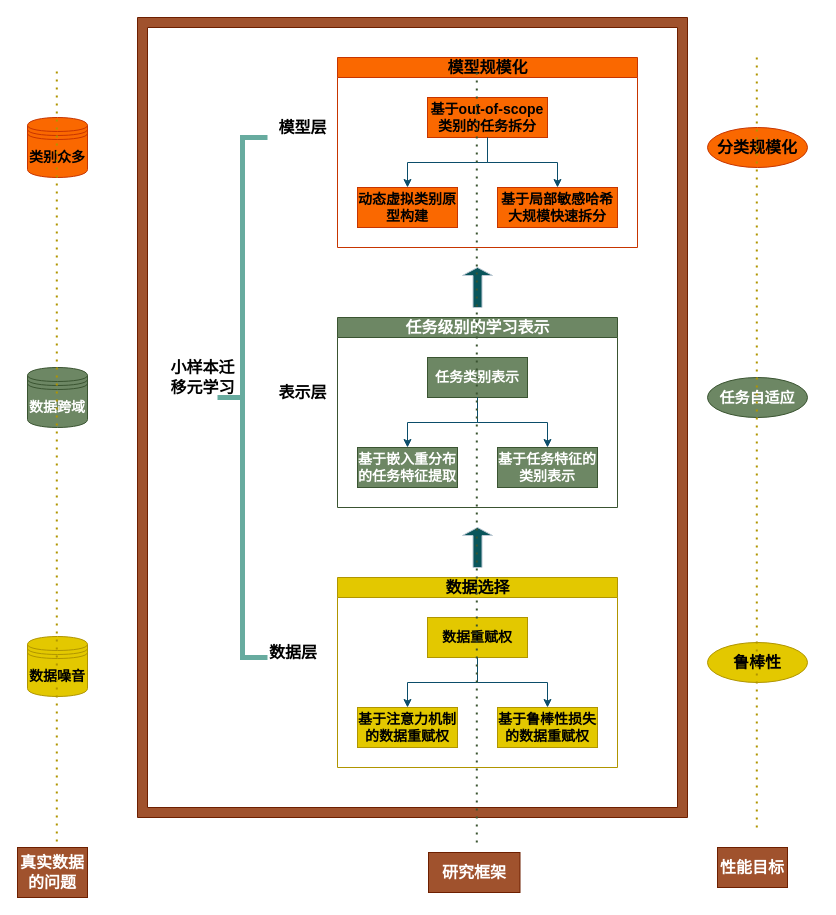
Earlier version of the draw.io diagram Realistic Few Shot Learning.drawio (ilovetomato/datasharing). Source tidied: cells renumbered, new cells numbered last; positions are measured from the earlier drawing's top-left corner, leaving out a move shared by most shapes. Both pictures are drawn from the tidied source at 100%, with x=0, y=0 at pixel (17, 17).
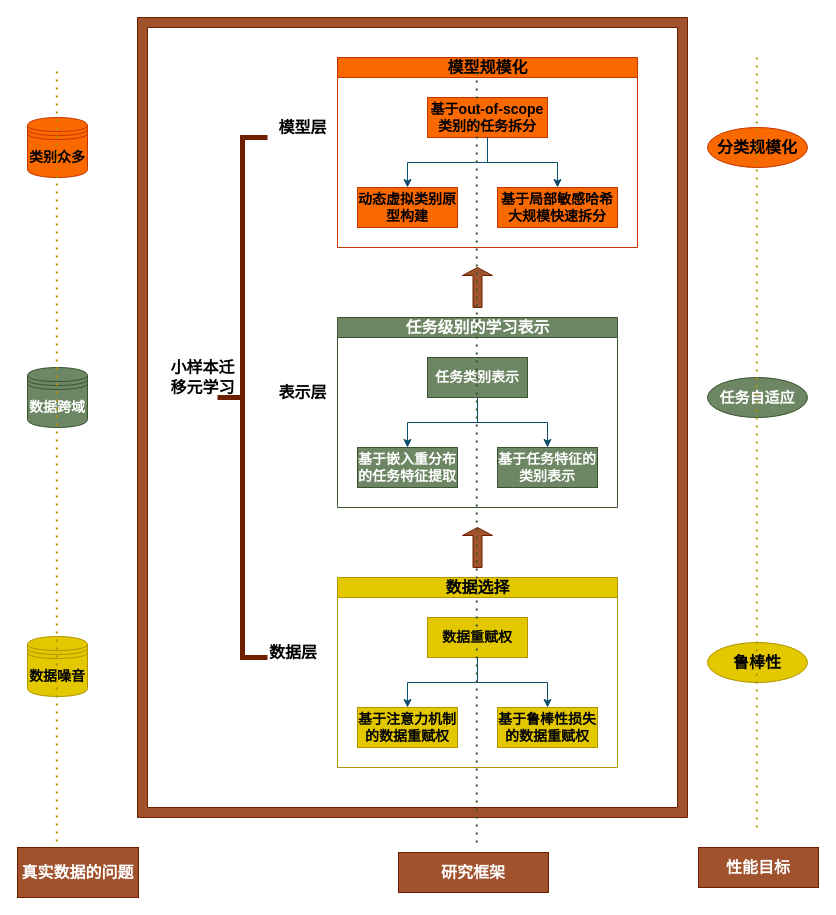
The same page after the edit.

The edit, as a diff of the source:
```diff
@@
     <mxCell id="3" value="&lt;font style=&quot;font-size: 16px&quot;&gt;&lt;b&gt;性能目标&lt;/b&gt;&lt;/font&gt;" style="text;html=1;strokeColor=#6D1F00;fillColor=#a0522d;align=center;verticalAlign=middle;whiteSpace=wrap;rounded=0;fontColor=#ffffff;" parent="1" vertex="1">
-      <mxGeometry x="700" y="830" width="70" height="40" as="geometry" />
+      <mxGeometry x="681" y="830" width="120" height="40" as="geometry" />
     </mxCell>
@@
     <mxCell id="6" value="&lt;font style=&quot;font-size: 16px&quot;&gt;&lt;b&gt;研究框架&lt;/b&gt;&lt;/font&gt;" style="text;html=1;strokeColor=#6D1F00;fillColor=#a0522d;align=center;verticalAlign=middle;whiteSpace=wrap;rounded=0;fontColor=#ffffff;" parent="1" vertex="1">
-      <mxGeometry x="411" y="835" width="91.5" height="40" as="geometry" />
+      <mxGeometry x="381" y="835" width="150" height="40" as="geometry" />
     </mxCell>
@@
     <mxCell id="28" value="&lt;font style=&quot;font-size: 16px&quot;&gt;&lt;b&gt;真实数据的问题&lt;/b&gt;&lt;/font&gt;" style="text;html=1;strokeColor=#6D1F00;fillColor=#a0522d;align=center;verticalAlign=middle;whiteSpace=wrap;rounded=0;fontColor=#ffffff;" parent="1" vertex="1">
-      <mxGeometry y="830" width="70" height="50" as="geometry" />
+      <mxGeometry y="830" width="121" height="50" as="geometry" />
     </mxCell>
-    <mxCell id="29" style="shape=singleArrow;direction=north;whiteSpace=wrap;html=1;fillColor=#09555B;strokeColor=#BAC8D3;" parent="1" vertex="1">
+    <mxCell id="29" style="shape=singleArrow;direction=north;whiteSpace=wrap;html=1;fillColor=#a0522d;strokeColor=#6D1F00;fontColor=#ffffff;" parent="1" vertex="1">
       <mxGeometry x="445" y="510" width="30" height="40" as="geometry" />
     </mxCell>
-    <mxCell id="30" style="shape=singleArrow;direction=north;whiteSpace=wrap;html=1;fillColor=#09555B;strokeColor=#BAC8D3;" parent="1" vertex="1">
+    <mxCell id="30" style="shape=singleArrow;direction=north;whiteSpace=wrap;html=1;fillColor=#a0522d;strokeColor=#6D1F00;fontColor=#ffffff;" parent="1" vertex="1">
       <mxGeometry x="445" y="250" width="30" height="40" as="geometry" />
     </mxCell>
@@
-    <mxCell id="32" style="strokeWidth=5;html=1;shape=mxgraph.flowchart.annotation_2;align=left;labelPosition=right;fillColor=#09555B;labelBorderColor=#000000;strokeColor=#67AB9F;" parent="1" vertex="1">
+    <mxCell id="32" style="strokeWidth=5;html=1;shape=mxgraph.flowchart.annotation_2;align=left;labelPosition=right;fillColor=#a0522d;labelBorderColor=#000000;strokeColor=#6D1F00;fontColor=#ffffff;" parent="1" vertex="1">
       <mxGeometry x="200" y="120" width="50" height="520" as="geometry" />
     </mxCell>
```
